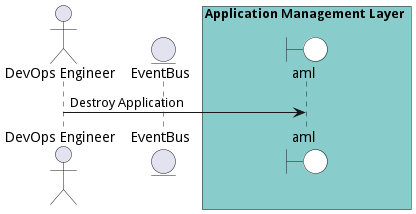
madajaju/edgemere keeps this PlantUML diagram as docs/edgemere/aml/usecases/manageapplications/DestroyApplication.png. Above is the earlier version.
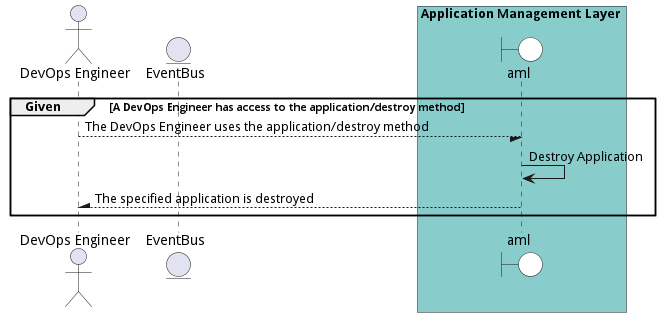
After the change.

Change to the diagram source:
```diff
@@ -1,4 +1,5 @@
 @startuml
+
 
 actor "DevOps Engineer"
 
@@ -10,9 +11,16 @@
 end box
 
 
+group Given [A DevOps Engineer has access to the application/destroy method]
 
-"DevOps Engineer" -> aml: Destroy Application
+"DevOps Engineer" --/ aml: The DevOps Engineer uses the application/destroy method
+"aml" -> aml: Destroy Application
 
 
 
+"DevOps Engineer" /-- aml: The specified application is destroyed
+
+
+end
+
 @enduml
```
